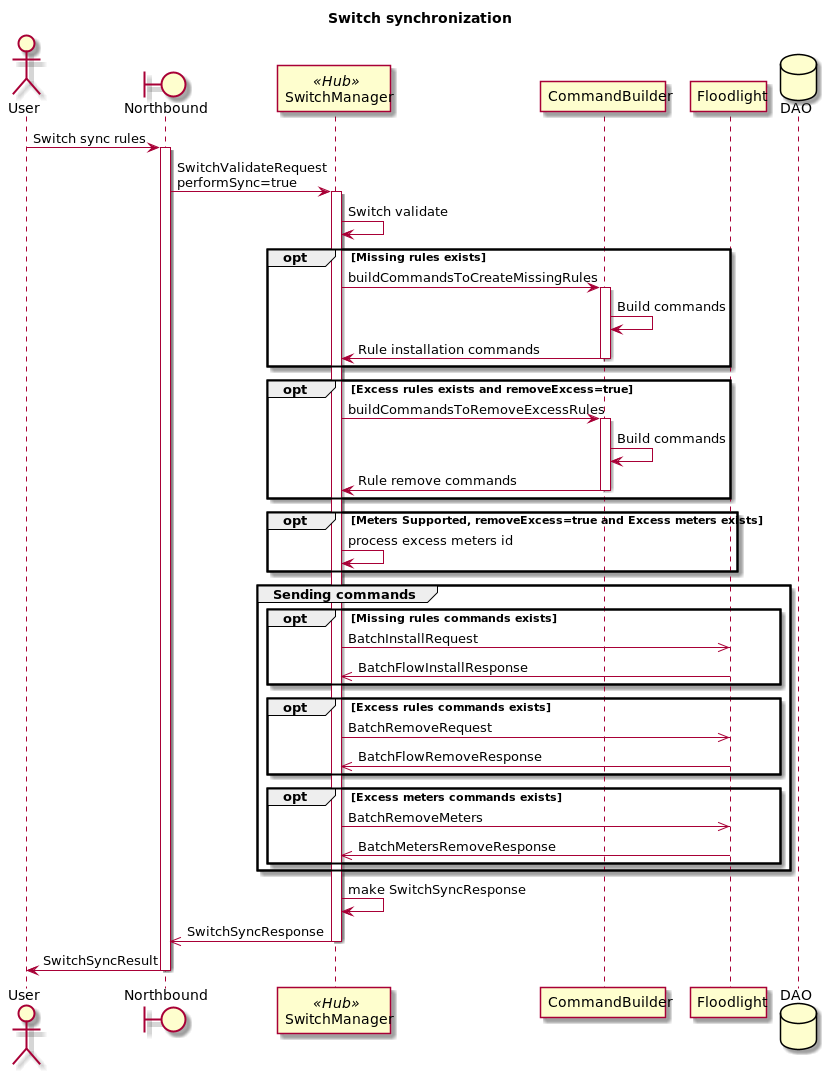
Before: docs/design/hub-and-spoke/switch-sync/h&s-implementation-switch-sync.png, a diagram exported from PlantUML (telstra/open-kilda).
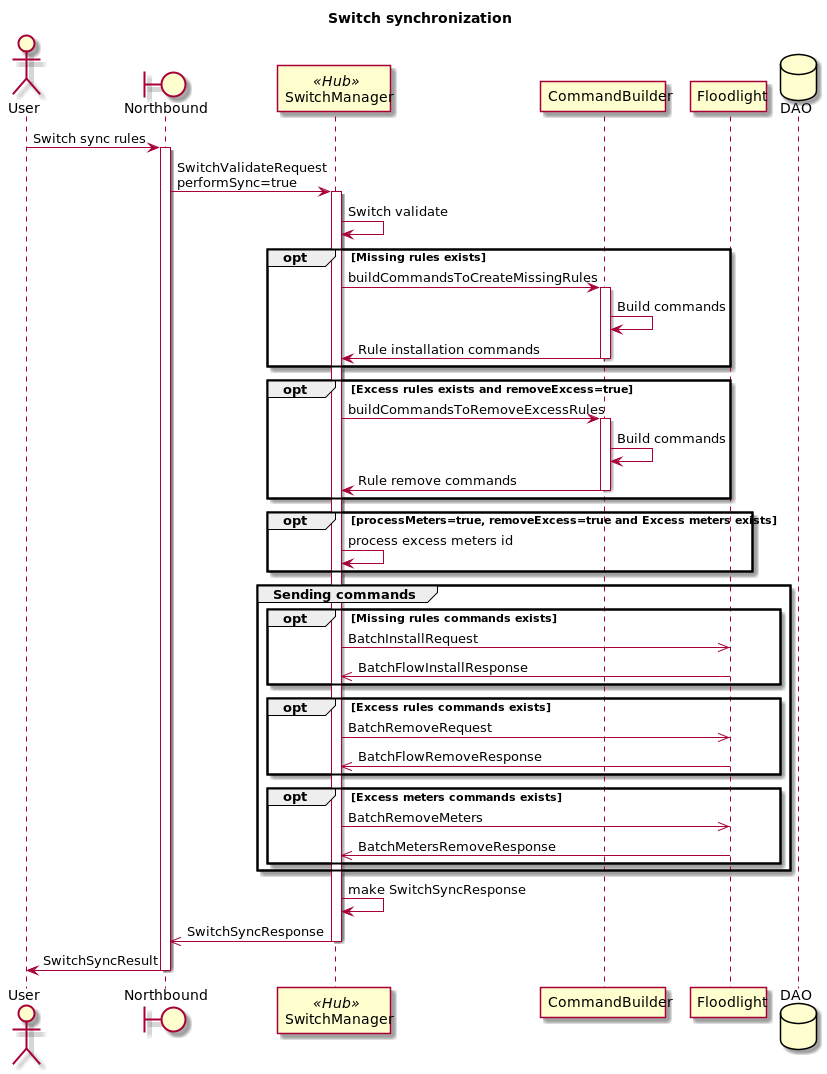
Above is the later version.

Commit message:
Introduce processMeters NB request flag

The edit, as a diff of the source:
```diff
@@ -32,7 +32,7 @@
     deactivate CommandBuilder
 end
 
-opt Meters Supported, removeExcess=true and Excess meters exists
+opt processMeters=true, removeExcess=true and Excess meters exists
     SwitchManager -> SwitchManager : process excess meters id
 end
 
```
